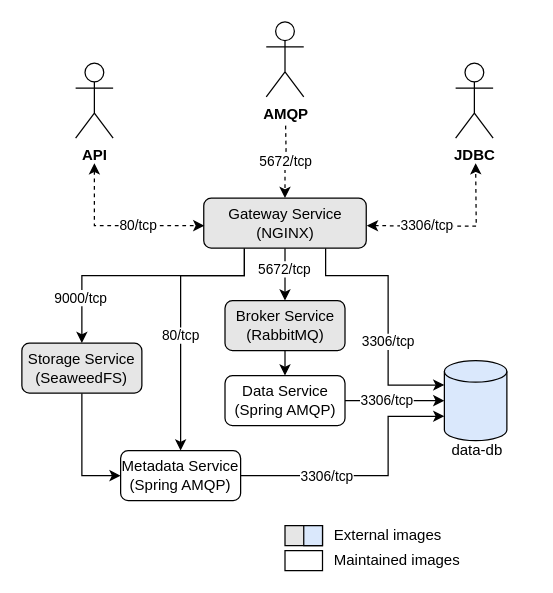
DBRepo-Project/dbrepo keeps this draw.io diagram as page "data-ingest" (5 of 7) of .docs/images/architecture.drawio. Above is the earlier version. Source tidied: cells renumbered, new cells numbered last; positions are measured from the earlier drawing's top-left corner, leaving out a move shared by most shapes. Both pictures are drawn from the tidied source at 125%, with x=0, y=0 at pixel (21, 21).
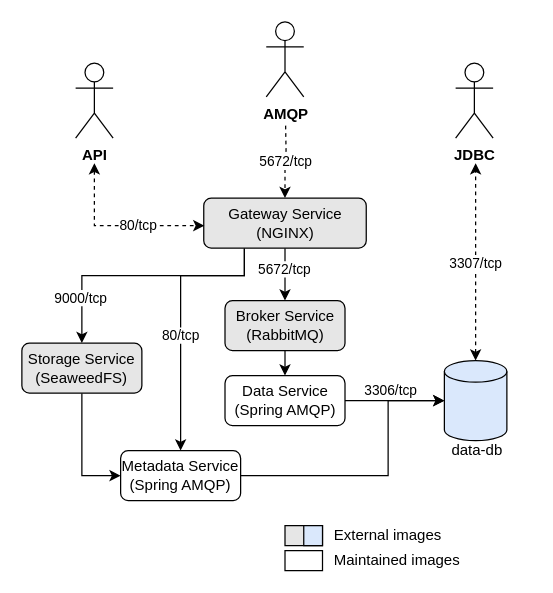
Above is the later version.

The change refers to these unchanged cells:
```xml
<mxCell id="11" value="Gateway Service&lt;br style=&quot;border-color: var(--border-color);&quot;&gt;(NGINX)" style="rounded=1;whiteSpace=wrap;html=1;fillColor=#E6E6E6;" parent="1" vertex="1">
  <mxGeometry x="145.5" y="141" width="130" height="40" as="geometry" />
</mxCell>
<mxCell id="16" style="edgeStyle=orthogonalEdgeStyle;rounded=0;jettySize=auto;html=1;exitX=1;exitY=0.5;exitDx=0;exitDy=0;entryX=0;entryY=0.5;entryDx=0;entryDy=0;entryPerimeter=0;" parent="1" edge="1" source="18">
  <mxGeometry relative="1" as="geometry">
    <mxPoint x="338" y="303" as="targetPoint" />
  </mxGeometry>
</mxCell>
<mxCell id="23" value="Metadata Service&lt;br&gt;(Spring AMQP)" style="rounded=1;whiteSpace=wrap;html=1;" parent="1" vertex="1">
  <mxGeometry x="79" y="343" width="96" height="40" as="geometry" />
</mxCell>
<mxCell id="26" style="shape=cylinder3;whiteSpace=wrap;html=1;boundedLbl=1;backgroundOutline=1;size=8.600000000000023;fillColor=#dae8fc;strokeColor=#000000;" parent="1" vertex="1">
  <mxGeometry x="338" y="271" width="50" height="64" as="geometry" />
</mxCell>
```

Change to the diagram source:
```diff
@@
-    <mxCell id="5" style="edgeStyle=orthogonalEdgeStyle;rounded=0;jettySize=auto;html=1;exitX=0.75;exitY=1;exitDx=0;exitDy=0;entryX=0;entryY=0;entryDx=0;entryDy=27.5;entryPerimeter=0;" parent="1" edge="1" source="11">
-      <mxGeometry relative="1" as="geometry">
-        <mxPoint x="338" y="290.5" as="targetPoint" />
-        <Array as="points">
-          <mxPoint x="243" y="203" />
-          <mxPoint x="293" y="203" />
-          <mxPoint x="293" y="291" />
-        </Array>
-      </mxGeometry>
-    </mxCell>
-    <mxCell id="6" value="3306/tcp" style="edgeLabel;html=1;align=center;verticalAlign=middle;" parent="5" vertex="1">
-      <mxGeometry x="0.21" y="-1" relative="1" as="geometry" />
-    </mxCell>
@@
-    <mxCell id="13" value="3306/tcp" style="edgeStyle=orthogonalEdgeStyle;rounded=0;orthogonalLoop=1;jettySize=auto;html=1;strokeColor=#000000;startArrow=classic;startFill=1;dashed=1;" parent="1" edge="1">
-      <mxGeometry x="-0.31" relative="1" as="geometry">
-        <mxPoint x="276" y="163" as="sourcePoint" />
+    <mxCell id="13" value="3307/tcp" style="edgeStyle=orthogonalEdgeStyle;rounded=0;jettySize=auto;html=1;strokeColor=#000000;startArrow=classic;startFill=1;dashed=1;exitX=0.5;exitY=0;exitDx=0;exitDy=0;exitPerimeter=0;" parent="1" edge="1" source="26">
+      <mxGeometry x="-0.02" relative="1" as="geometry">
         <mxPoint x="363" y="113" as="targetPoint" />
       </mxGeometry>
     </mxCell>
@@
     <mxCell id="17" value="3306/tcp" style="edgeLabel;html=1;align=center;verticalAlign=middle;" parent="16" vertex="1">
-      <mxGeometry x="-0.17" y="1" relative="1" as="geometry" />
+      <mxGeometry x="-0.17" y="1" relative="1" as="geometry">
+        <mxPoint x="3" y="-8" as="offset" />
+      </mxGeometry>
     </mxCell>
@@
-    <mxCell id="21" style="edgeStyle=orthogonalEdgeStyle;rounded=0;jettySize=auto;html=1;exitX=1;exitY=0.5;exitDx=0;exitDy=0;entryX=0;entryY=0;entryDx=0;entryDy=52.5;entryPerimeter=0;" parent="1" edge="1" source="23">
+    <mxCell id="21" style="edgeStyle=orthogonalEdgeStyle;rounded=0;jettySize=auto;html=1;exitX=1;exitY=0.5;exitDx=0;exitDy=0;entryX=0;entryY=0.5;entryDx=0;entryDy=0;entryPerimeter=0;" parent="1" edge="1" source="23" target="26">
       <mxGeometry relative="1" as="geometry">
-        <mxPoint x="338" y="315.5" as="targetPoint" />
         <Array as="points">
           <mxPoint x="293" y="363" />
-          <mxPoint x="293" y="316" />
+          <mxPoint x="293" y="303" />
         </Array>
       </mxGeometry>
     </mxCell>
-    <mxCell id="22" value="3306/tcp" style="edgeLabel;html=1;align=center;verticalAlign=middle;" parent="21" vertex="1">
-      <mxGeometry x="-0.08" y="-1" relative="1" as="geometry">
-        <mxPoint x="-29" y="-1" as="offset" />
-      </mxGeometry>
-    </mxCell>
```
